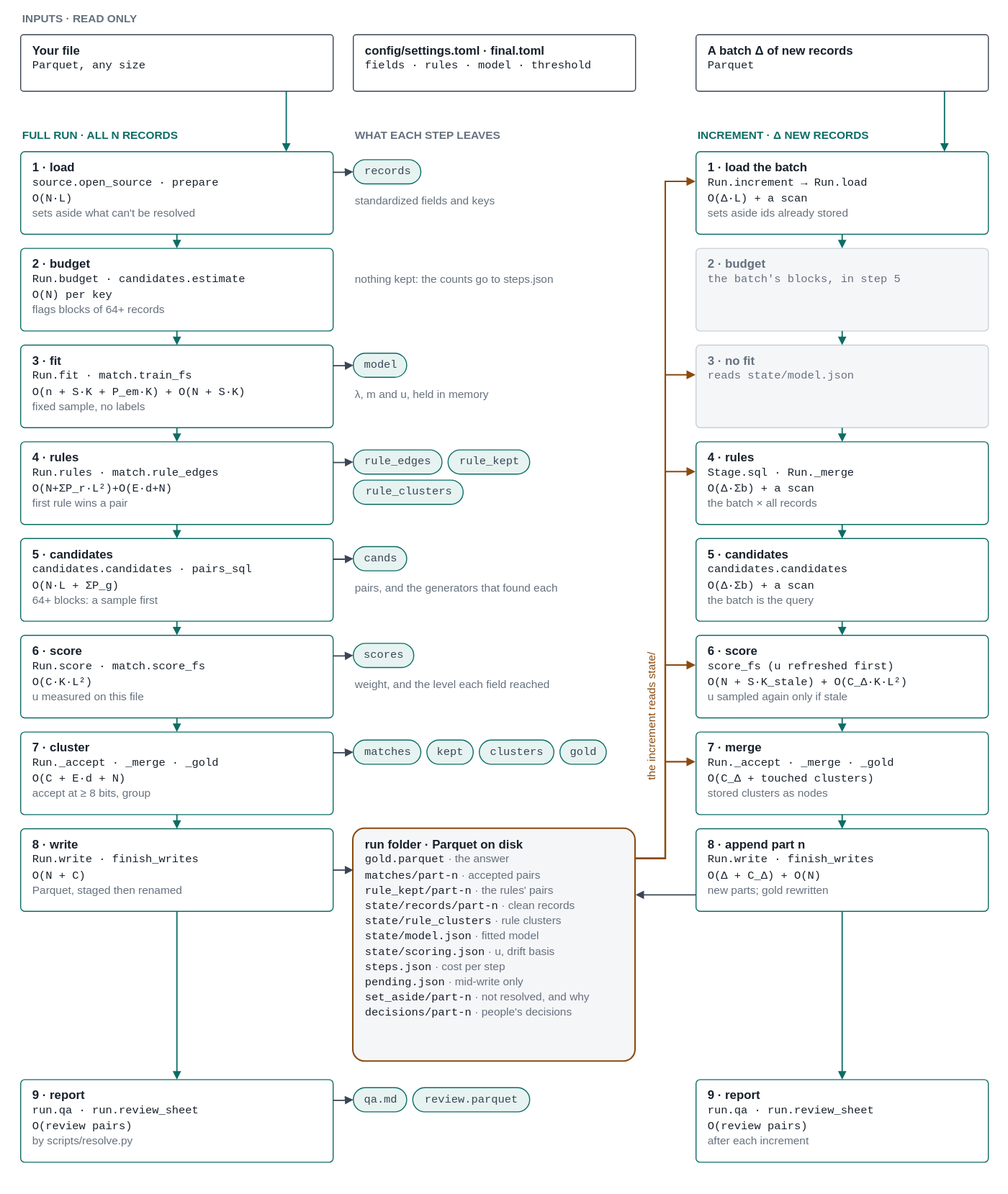
This is docs/architecture.drawio.svg from mvsbm/entity_matching, a draw.io export, as it was before one commit. Source tidied: cells renumbered, new cells last; positions are measured from the earlier drawing's top-left corner, leaving out a move shared by most shapes.
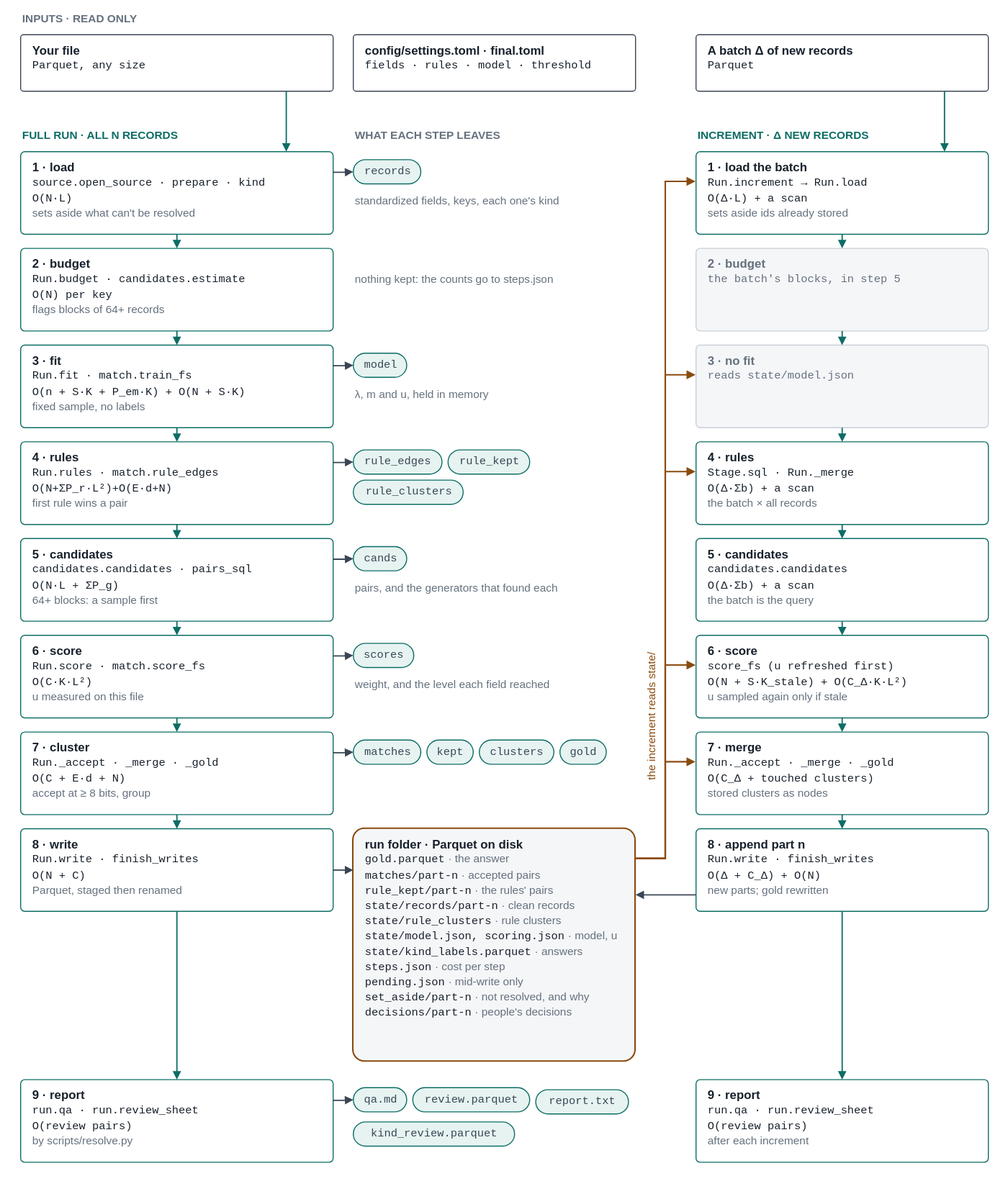
The same file after the commit.

Diff of the diagram source:
```diff
@@ -23,7 +23,7 @@
     <mxCell id="8" value="INCREMENT · Δ NEW RECORDS" style="text;html=1;align=left;verticalAlign=middle;fontFamily=Helvetica;fontSize=11;fontStyle=1;fontColor=#0d6d65;" parent="1" vertex="1">
       <mxGeometry x="670" y="116" width="290" height="20" as="geometry" />
     </mxCell>
-    <mxCell id="9" value="&lt;b&gt;1 · load&lt;/b&gt;&lt;br&gt;&lt;font face=&quot;Courier New&quot; style=&quot;font-size:11px&quot;&gt;source.open_source · prepare&lt;/font&gt;&lt;br&gt;&lt;font face=&quot;Courier New&quot; style=&quot;font-size:11px&quot;&gt;O(N·L)&lt;/font&gt;&lt;br&gt;&lt;font color=&quot;#65717e&quot; style=&quot;font-size:11px&quot;&gt;sets aside what can&amp;#x27;t be resolved&lt;/font&gt;" style="rounded=1;arcSize=5;whiteSpace=wrap;html=1;align=left;verticalAlign=top;spacingLeft=10;spacingTop=2;fontFamily=Helvetica;fontSize=12;fontColor=#18212c;fillColor=#ffffff;strokeColor=#0d6d65;" parent="1" vertex="1">
+    <mxCell id="9" value="&lt;b&gt;1 · load&lt;/b&gt;&lt;br&gt;&lt;font face=&quot;Courier New&quot; style=&quot;font-size:11px&quot;&gt;source.open_source · prepare · kind&lt;/font&gt;&lt;br&gt;&lt;font face=&quot;Courier New&quot; style=&quot;font-size:11px&quot;&gt;O(N·L)&lt;/font&gt;&lt;br&gt;&lt;font color=&quot;#65717e&quot; style=&quot;font-size:11px&quot;&gt;sets aside what can&amp;#x27;t be resolved&lt;/font&gt;" style="rounded=1;arcSize=5;whiteSpace=wrap;html=1;align=left;verticalAlign=top;spacingLeft=10;spacingTop=2;fontFamily=Helvetica;fontSize=12;fontColor=#18212c;fillColor=#ffffff;strokeColor=#0d6d65;" parent="1" vertex="1">
       <mxGeometry y="142" width="310" height="82" as="geometry" />
     </mxCell>
     <mxCell id="10" value="&lt;b&gt;1 · load the batch&lt;/b&gt;&lt;br&gt;&lt;font face=&quot;Courier New&quot; style=&quot;font-size:11px&quot;&gt;Run.increment → Run.load&lt;/font&gt;&lt;br&gt;&lt;font face=&quot;Courier New&quot; style=&quot;font-size:11px&quot;&gt;O(Δ·L) + a scan&lt;/font&gt;&lt;br&gt;&lt;font color=&quot;#65717e&quot; style=&quot;font-size:11px&quot;&gt;sets aside ids already stored&lt;/font&gt;" style="rounded=1;arcSize=5;whiteSpace=wrap;html=1;align=left;verticalAlign=top;spacingLeft=10;spacingTop=2;fontFamily=Helvetica;fontSize=12;fontColor=#18212c;fillColor=#ffffff;strokeColor=#0d6d65;" parent="1" vertex="1">
@@ -32,7 +32,7 @@
     <mxCell id="11" value="records" style="rounded=1;arcSize=50;html=1;fontFamily=Courier New;fontSize=11;fontColor=#3a4655;fillColor=#e6f3f1;strokeColor=#0d6d65;" parent="1" vertex="1">
       <mxGeometry x="330" y="150" width="67" height="24" as="geometry" />
     </mxCell>
-    <mxCell id="12" value="standardized fields and keys" style="text;html=1;align=left;verticalAlign=middle;fontFamily=Helvetica;fontSize=11;fontColor=#65717e;" parent="1" vertex="1">
+    <mxCell id="12" value="standardized fields, keys, each one's kind" style="text;html=1;align=left;verticalAlign=middle;fontFamily=Helvetica;fontSize=11;fontColor=#65717e;" parent="1" vertex="1">
       <mxGeometry x="330" y="180" width="280" height="22" as="geometry" />
     </mxCell>
     <mxCell id="13" style="edgeStyle=orthogonalEdgeStyle;rounded=0;html=1;endArrow=block;endFill=1;endSize=5;strokeColor=#3a4655;strokeWidth=1.3;exitX=1;exitY=0.25;entryX=0;entryY=0.5;" parent="1" edge="1" source="9" target="11">
@@ -137,7 +137,7 @@
     <mxCell id="46" value="&lt;b&gt;8 · append part n&lt;/b&gt;&lt;br&gt;&lt;font face=&quot;Courier New&quot; style=&quot;font-size:11px&quot;&gt;Run.write · finish_writes&lt;/font&gt;&lt;br&gt;&lt;font face=&quot;Courier New&quot; style=&quot;font-size:11px&quot;&gt;O(Δ + C_Δ) + O(N)&lt;/font&gt;&lt;br&gt;&lt;font color=&quot;#65717e&quot; style=&quot;font-size:11px&quot;&gt;new parts; gold rewritten&lt;/font&gt;" style="rounded=1;arcSize=5;whiteSpace=wrap;html=1;align=left;verticalAlign=top;spacingLeft=10;spacingTop=2;fontFamily=Helvetica;fontSize=12;fontColor=#18212c;fillColor=#ffffff;strokeColor=#0d6d65;" parent="1" vertex="1">
       <mxGeometry x="670" y="814" width="290" height="82" as="geometry" />
     </mxCell>
-    <mxCell id="47" value="&lt;b&gt;run folder · Parquet on disk&lt;/b&gt;&lt;br&gt;&lt;font face=&quot;Courier New&quot; style=&quot;font-size:11px&quot;&gt;gold.parquet&lt;/font&gt; &lt;font color=&quot;#65717e&quot; style=&quot;font-size:11px&quot;&gt;· the answer&lt;/font&gt;&lt;br&gt;&lt;font face=&quot;Courier New&quot; style=&quot;font-size:11px&quot;&gt;matches/part-n&lt;/font&gt; &lt;font color=&quot;#65717e&quot; style=&quot;font-size:11px&quot;&gt;· accepted pairs&lt;/font&gt;&lt;br&gt;&lt;font face=&quot;Courier New&quot; style=&quot;font-size:11px&quot;&gt;rule_kept/part-n&lt;/font&gt; &lt;font color=&quot;#65717e&quot; style=&quot;font-size:11px&quot;&gt;· the rules&amp;#x27; pairs&lt;/font&gt;&lt;br&gt;&lt;font face=&quot;Courier New&quot; style=&quot;font-size:11px&quot;&gt;state/records/part-n&lt;/font&gt; &lt;font color=&quot;#65717e&quot; style=&quot;font-size:11px&quot;&gt;· clean records&lt;/font&gt;&lt;br&gt;&lt;font face=&quot;Courier New&quot; style=&quot;font-size:11px&quot;&gt;state/rule_clusters&lt;/font&gt; &lt;font color=&quot;#65717e&quot; style=&quot;font-size:11px&quot;&gt;· rule clusters&lt;/font&gt;&lt;br&gt;&lt;font face=&quot;Courier New&quot; style=&quot;font-size:11px&quot;&gt;state/model.json&lt;/font&gt; &lt;font color=&quot;#65717e&quot; style=&quot;font-size:11px&quot;&gt;· fitted model&lt;/font&gt;&lt;br&gt;&lt;font face=&quot;Courier New&quot; style=&quot;font-size:11px&quot;&gt;state/scoring.json&lt;/font&gt; &lt;font color=&quot;#65717e&quot; style=&quot;font-size:11px&quot;&gt;· u, drift basis&lt;/font&gt;&lt;br&gt;&lt;font face=&quot;Courier New&quot; style=&quot;font-size:11px&quot;&gt;steps.json&lt;/font&gt; &lt;font color=&quot;#65717e&quot; style=&quot;font-size:11px&quot;&gt;· cost per step&lt;/font&gt;&lt;br&gt;&lt;font face=&quot;Courier New&quot; style=&quot;font-size:11px&quot;&gt;pending.json&lt;/font&gt; &lt;font color=&quot;#65717e&quot; style=&quot;font-size:11px&quot;&gt;· mid-write only&lt;/font&gt;&lt;br&gt;&lt;font face=&quot;Courier New&quot; style=&quot;font-size:11px&quot;&gt;set_aside/part-n&lt;/font&gt; &lt;font color=&quot;#65717e&quot; style=&quot;font-size:11px&quot;&gt;· not resolved, and why&lt;/font&gt;&lt;br&gt;&lt;font face=&quot;Courier New&quot; style=&quot;font-size:11px&quot;&gt;decisions/part-n&lt;/font&gt; &lt;font color=&quot;#65717e&quot; style=&quot;font-size:11px&quot;&gt;· people&amp;#x27;s decisions&lt;/font&gt;" style="rounded=1;arcSize=5;whiteSpace=wrap;html=1;align=left;verticalAlign=top;spacingLeft=10;spacingTop=2;fontFamily=Helvetica;fontSize=12;fontColor=#18212c;fillColor=#ffffff;strokeColor=#8a4b0f;strokeWidth=1.5;fillColor=#f5f6f8;" parent="1" vertex="1">
+    <mxCell id="47" value="&lt;b&gt;run folder · Parquet on disk&lt;/b&gt;&lt;br&gt;&lt;font face=&quot;Courier New&quot; style=&quot;font-size:11px&quot;&gt;gold.parquet&lt;/font&gt; &lt;font color=&quot;#65717e&quot; style=&quot;font-size:11px&quot;&gt;· the answer&lt;/font&gt;&lt;br&gt;&lt;font face=&quot;Courier New&quot; style=&quot;font-size:11px&quot;&gt;matches/part-n&lt;/font&gt; &lt;font color=&quot;#65717e&quot; style=&quot;font-size:11px&quot;&gt;· accepted pairs&lt;/font&gt;&lt;br&gt;&lt;font face=&quot;Courier New&quot; style=&quot;font-size:11px&quot;&gt;rule_kept/part-n&lt;/font&gt; &lt;font color=&quot;#65717e&quot; style=&quot;font-size:11px&quot;&gt;· the rules&amp;#x27; pairs&lt;/font&gt;&lt;br&gt;&lt;font face=&quot;Courier New&quot; style=&quot;font-size:11px&quot;&gt;state/records/part-n&lt;/font&gt; &lt;font color=&quot;#65717e&quot; style=&quot;font-size:11px&quot;&gt;· clean records&lt;/font&gt;&lt;br&gt;&lt;font face=&quot;Courier New&quot; style=&quot;font-size:11px&quot;&gt;state/rule_clusters&lt;/font&gt; &lt;font color=&quot;#65717e&quot; style=&quot;font-size:11px&quot;&gt;· rule clusters&lt;/font&gt;&lt;br&gt;&lt;font face=&quot;Courier New&quot; style=&quot;font-size:11px&quot;&gt;state/model.json, scoring.json&lt;/font&gt; &lt;font color=&quot;#65717e&quot; style=&quot;font-size:11px&quot;&gt;· model, u&lt;/font&gt;&lt;br&gt;&lt;font face=&quot;Courier New&quot; style=&quot;font-size:11px&quot;&gt;state/kind_labels.parquet&lt;/font&gt; &lt;font color=&quot;#65717e&quot; style=&quot;font-size:11px&quot;&gt;· answers&lt;/font&gt;&lt;br&gt;&lt;font face=&quot;Courier New&quot; style=&quot;font-size:11px&quot;&gt;steps.json&lt;/font&gt; &lt;font color=&quot;#65717e&quot; style=&quot;font-size:11px&quot;&gt;· cost per step&lt;/font&gt;&lt;br&gt;&lt;font face=&quot;Courier New&quot; style=&quot;font-size:11px&quot;&gt;pending.json&lt;/font&gt; &lt;font color=&quot;#65717e&quot; style=&quot;font-size:11px&quot;&gt;· mid-write only&lt;/font&gt;&lt;br&gt;&lt;font face=&quot;Courier New&quot; style=&quot;font-size:11px&quot;&gt;set_aside/part-n&lt;/font&gt; &lt;font color=&quot;#65717e&quot; style=&quot;font-size:11px&quot;&gt;· not resolved, and why&lt;/font&gt;&lt;br&gt;&lt;font face=&quot;Courier New&quot; style=&quot;font-size:11px&quot;&gt;decisions/part-n&lt;/font&gt; &lt;font color=&quot;#65717e&quot; style=&quot;font-size:11px&quot;&gt;· people&amp;#x27;s decisions&lt;/font&gt;" style="rounded=1;arcSize=5;whiteSpace=wrap;html=1;align=left;verticalAlign=top;spacingLeft=10;spacingTop=2;fontFamily=Helvetica;fontSize=12;fontColor=#18212c;fillColor=#ffffff;strokeColor=#8a4b0f;strokeWidth=1.5;fillColor=#f5f6f8;" parent="1" vertex="1">
       <mxGeometry x="330" y="814" width="280" height="231" as="geometry" />
     </mxCell>
     <mxCell id="48" style="edgeStyle=orthogonalEdgeStyle;rounded=0;html=1;endArrow=block;endFill=1;endSize=5;strokeColor=#3a4655;strokeWidth=1.3;exitX=1;exitY=0.5;entryX=0;entryY=0.1775;" parent="1" edge="1" source="45" target="47">
@@ -258,5 +258,11 @@
     <mxCell id="78" value="the increment reads state/" style="text;html=1;align=left;verticalAlign=middle;fontFamily=Helvetica;fontSize=11;fontColor=#65717e;fontColor=#8a4b0f;rotation=-90;align=center;" parent="1" vertex="1">
       <mxGeometry x="526" y="694" width="200" height="18" as="geometry" />
     </mxCell>
+    <mxCell id="79" value="report.txt" style="rounded=1;arcSize=50;html=1;fontFamily=Courier New;fontSize=11;fontColor=#3a4655;fillColor=#e6f3f1;strokeColor=#0d6d65;" parent="1" vertex="1">
+      <mxGeometry x="511" y="1071" width="92" height="24" as="geometry" />
+    </mxCell>
+    <mxCell id="80" value="kind_review.parquet" style="rounded=1;arcSize=50;html=1;fontFamily=Courier New;fontSize=11;fontColor=#3a4655;fillColor=#e6f3f1;strokeColor=#0d6d65;" parent="1" vertex="1">
+      <mxGeometry x="330" y="1103" width="160" height="24" as="geometry" />
+    </mxCell>
   </root>
 </mxGraphModel>
```
